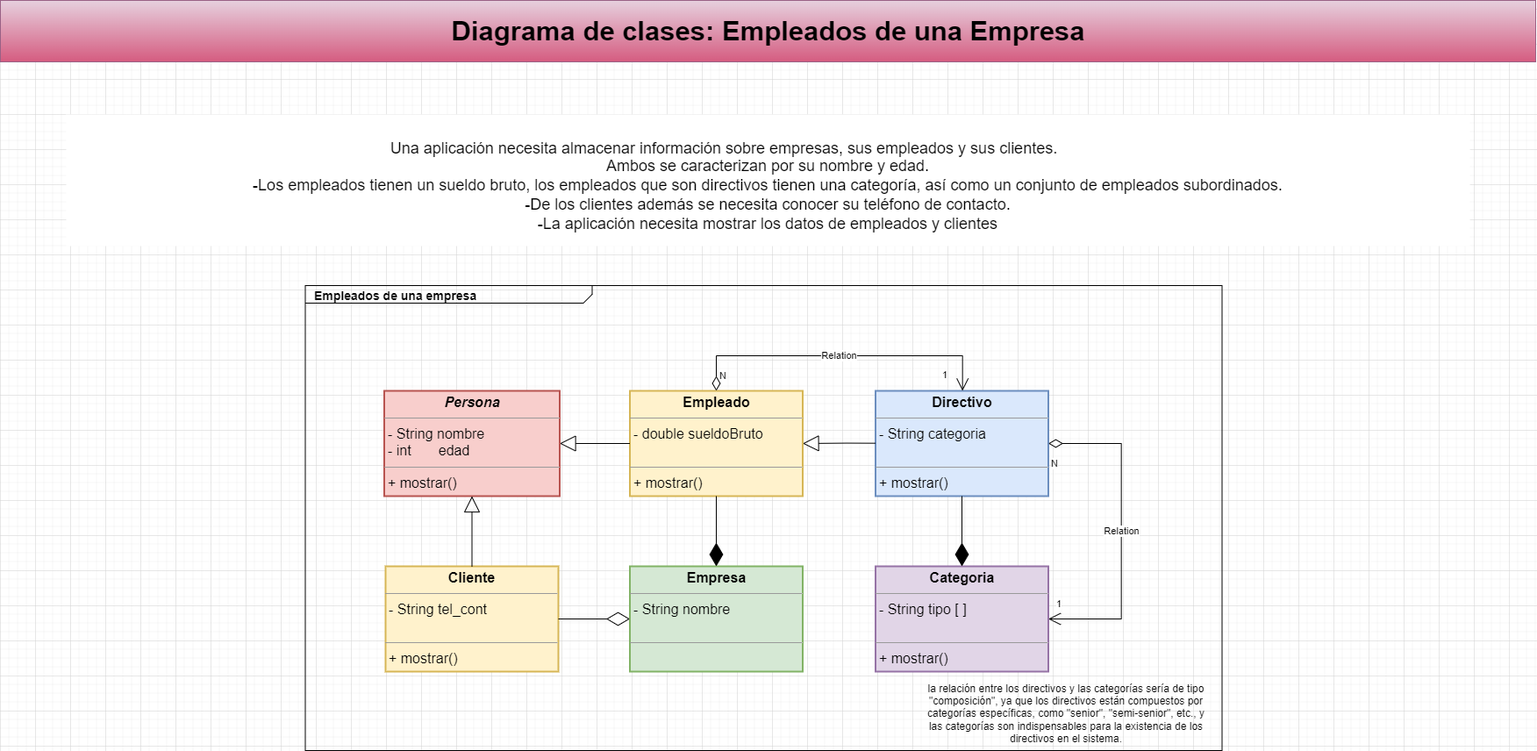
Before: modelos-y-sistemas/lab1.drawio.png, a diagram exported from draw.io (FlorAmado/proy-sis-comp). Source tidied: cells renumbered, new cells last; positions are measured from the earlier drawing's top-left corner, leaving out a move shared by most shapes.
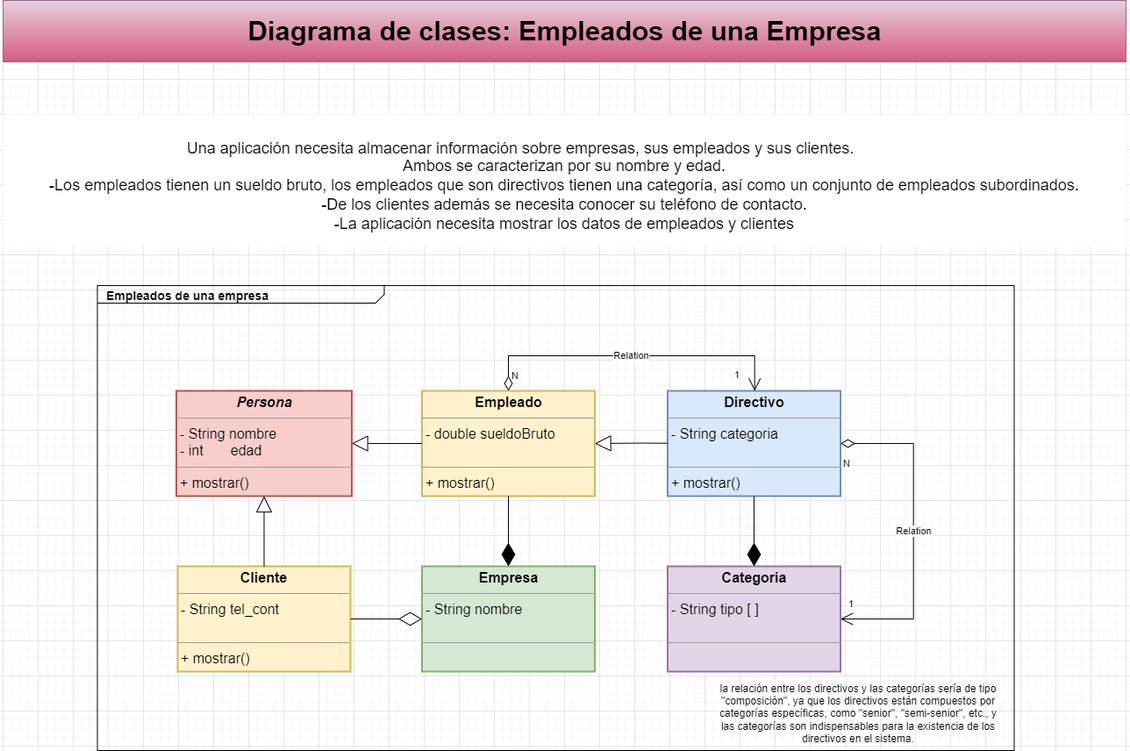
Above is the later version.

Commit message:
add lab 1 diagrama de clases

What changed in the source:
```diff
@@ -6,7 +6,7 @@
       <mxGeometry x="347.5" y="325" width="1045" height="530" as="geometry" />
     </mxCell>
     <mxCell id="3" value="&lt;font style=&quot;font-size: 31px;&quot;&gt;Diagrama de clases: Empleados de una Empresa&lt;/font&gt;" style="text;strokeColor=#996185;fillColor=#e6d0de;html=1;fontSize=24;fontStyle=1;verticalAlign=middle;align=center;gradientColor=#D55C80;" parent="1" vertex="1">
-      <mxGeometry width="1750" height="70" as="geometry" />
+      <mxGeometry x="240" width="1280" height="70" as="geometry" />
     </mxCell>
     <mxCell id="4" value="&lt;p style=&quot;margin: 4px 0px 0px; text-align: center; font-size: 16px;&quot;&gt;&lt;b&gt;&lt;i&gt;Persona&lt;/i&gt;&lt;/b&gt;&lt;/p&gt;&lt;hr style=&quot;font-size: 16px;&quot; size=&quot;1&quot;&gt;&lt;p style=&quot;margin: 0px 0px 0px 4px; font-size: 16px;&quot;&gt;&lt;font style=&quot;font-size: 16px;&quot;&gt;- String nombre&lt;/font&gt;&lt;/p&gt;&lt;p style=&quot;margin: 0px 0px 0px 4px; font-size: 16px;&quot;&gt;&lt;font style=&quot;font-size: 16px;&quot;&gt;- int&amp;nbsp; &amp;nbsp; &amp;nbsp; &amp;nbsp;edad&lt;/font&gt;&lt;/p&gt;&lt;hr style=&quot;font-size: 16px;&quot; size=&quot;1&quot;&gt;&lt;p style=&quot;margin: 0px 0px 0px 4px; font-size: 16px;&quot;&gt;&lt;font style=&quot;font-size: 16px;&quot;&gt;+ mostrar()&lt;/font&gt;&lt;/p&gt;" style="verticalAlign=top;align=left;overflow=fill;fontSize=12;fontFamily=Helvetica;html=1;whiteSpace=wrap;fillColor=#f8cecc;strokeColor=#b85450;strokeWidth=2;glass=0;rounded=0;shadow=0;" parent="1" vertex="1">
       <mxGeometry x="437.5" y="445" width="200" height="120" as="geometry" />
@@ -39,7 +39,7 @@
     <mxCell id="12" value="&lt;p style=&quot;margin: 4px 0px 0px; text-align: center; font-size: 16px;&quot;&gt;&lt;b&gt;Directivo&lt;/b&gt;&lt;/p&gt;&lt;hr style=&quot;font-size: 16px;&quot; size=&quot;1&quot;&gt;&lt;p style=&quot;margin: 0px 0px 0px 4px; font-size: 16px;&quot;&gt;&lt;font style=&quot;font-size: 16px;&quot;&gt;- String categoria&lt;/font&gt;&lt;/p&gt;&lt;p style=&quot;margin: 0px 0px 0px 4px; font-size: 16px;&quot;&gt;&lt;br&gt;&lt;/p&gt;&lt;hr style=&quot;font-size: 16px;&quot; size=&quot;1&quot;&gt;&lt;p style=&quot;margin: 0px 0px 0px 4px; font-size: 16px;&quot;&gt;&lt;font style=&quot;font-size: 16px;&quot;&gt;+ mostrar()&lt;/font&gt;&lt;/p&gt;" style="verticalAlign=top;align=left;overflow=fill;fontSize=12;fontFamily=Helvetica;html=1;whiteSpace=wrap;fillColor=#dae8fc;strokeColor=#6c8ebf;strokeWidth=2;glass=0;rounded=0;shadow=0;" parent="1" vertex="1">
       <mxGeometry x="997.5" y="445" width="197" height="120" as="geometry" />
     </mxCell>
-    <mxCell id="13" value="&lt;p style=&quot;margin: 4px 0px 0px; text-align: center; font-size: 16px;&quot;&gt;&lt;b&gt;Categoria&lt;/b&gt;&lt;/p&gt;&lt;hr style=&quot;font-size: 16px;&quot; size=&quot;1&quot;&gt;&lt;p style=&quot;margin: 0px 0px 0px 4px; font-size: 16px;&quot;&gt;&lt;font style=&quot;font-size: 16px;&quot;&gt;- String tipo [ ]&lt;/font&gt;&lt;/p&gt;&lt;p style=&quot;margin: 0px 0px 0px 4px; font-size: 16px;&quot;&gt;&lt;br&gt;&lt;/p&gt;&lt;hr style=&quot;font-size: 16px;&quot; size=&quot;1&quot;&gt;&lt;p style=&quot;margin: 0px 0px 0px 4px; font-size: 16px;&quot;&gt;&lt;font style=&quot;font-size: 16px;&quot;&gt;+ mostrar()&lt;/font&gt;&lt;/p&gt;" style="verticalAlign=top;align=left;overflow=fill;fontSize=12;fontFamily=Helvetica;html=1;whiteSpace=wrap;fillColor=#e1d5e7;strokeColor=#9673a6;strokeWidth=2;glass=0;rounded=0;shadow=0;" parent="1" vertex="1">
+    <mxCell id="13" value="&lt;p style=&quot;margin: 4px 0px 0px; text-align: center; font-size: 16px;&quot;&gt;&lt;b&gt;Categoria&lt;/b&gt;&lt;/p&gt;&lt;hr style=&quot;font-size: 16px;&quot; size=&quot;1&quot;&gt;&lt;p style=&quot;margin: 0px 0px 0px 4px; font-size: 16px;&quot;&gt;&lt;font style=&quot;font-size: 16px;&quot;&gt;- String tipo [ ]&lt;/font&gt;&lt;/p&gt;&lt;p style=&quot;margin: 0px 0px 0px 4px; font-size: 16px;&quot;&gt;&lt;br&gt;&lt;/p&gt;&lt;hr style=&quot;font-size: 16px;&quot; size=&quot;1&quot;&gt;&lt;p style=&quot;margin: 0px 0px 0px 4px; font-size: 16px;&quot;&gt;&lt;br&gt;&lt;/p&gt;" style="verticalAlign=top;align=left;overflow=fill;fontSize=12;fontFamily=Helvetica;html=1;whiteSpace=wrap;fillColor=#e1d5e7;strokeColor=#9673a6;strokeWidth=2;glass=0;rounded=0;shadow=0;" parent="1" vertex="1">
       <mxGeometry x="997.5" y="645" width="197" height="120" as="geometry" />
     </mxCell>
     <mxCell id="14" style="endArrow=block;endSize=16;endFill=0;html=1;rounded=0;entryX=1;entryY=0.5;entryDx=0;entryDy=0;" parent="1" edge="1" source="12" target="5">
@@ -87,7 +87,7 @@
       </mxGeometry>
     </mxCell>
     <mxCell id="21" value="&lt;br&gt;&lt;div style=&quot;border-color: var(--border-color); color: rgb(0, 0, 0); font-family: Helvetica; font-size: 18px; font-style: normal; font-variant-ligatures: normal; font-variant-caps: normal; font-weight: 400; letter-spacing: normal; orphans: 2; text-indent: 0px; text-transform: none; widows: 2; word-spacing: 0px; -webkit-text-stroke-width: 0px; text-decoration-thickness: initial; text-decoration-style: initial; text-decoration-color: initial; line-height: 15.6px;&quot;&gt;&lt;span style=&quot;border-color: var(--border-color); font-size: 18px;&quot;&gt;Una aplicación necesita almacenar información sobre empresas, sus empleados y sus clientes.&amp;nbsp; &amp;nbsp; &amp;nbsp; &amp;nbsp; &amp;nbsp; &amp;nbsp; &amp;nbsp; &amp;nbsp; &amp;nbsp; &amp;nbsp;&amp;nbsp;&lt;/span&gt;&lt;/div&gt;&lt;font style=&quot;border-color: var(--border-color); color: rgb(0, 0, 0); font-family: Helvetica; font-style: normal; font-variant-ligatures: normal; font-variant-caps: normal; font-weight: 400; letter-spacing: normal; orphans: 2; text-indent: 0px; text-transform: none; widows: 2; word-spacing: 0px; -webkit-text-stroke-width: 0px; text-decoration-thickness: initial; text-decoration-style: initial; text-decoration-color: initial;&quot;&gt;&lt;div style=&quot;font-size: 18px; border-color: var(--border-color); line-height: 22.1px;&quot;&gt;&lt;span style=&quot;border-color: var(--border-color); font-size: 18px;&quot;&gt;Ambos se caracterizan por su nombre y edad.&lt;/span&gt;&lt;/div&gt;&lt;div style=&quot;font-size: 18px; border-color: var(--border-color); line-height: 22.1px;&quot;&gt;&lt;span style=&quot;border-color: var(--border-color); font-size: 18px;&quot;&gt;-Los empleados tienen un sueldo bruto, los empleados que son directivos tienen una categoría, así como un conjunto de empleados subordinados.&lt;/span&gt;&lt;/div&gt;&lt;div style=&quot;font-size: 18px; border-color: var(--border-color); line-height: 22.1px;&quot;&gt;&lt;span style=&quot;border-color: var(--border-color); font-size: 18px;&quot;&gt;-De los clientes además se necesita conocer su teléfono de contacto.&lt;/span&gt;&lt;/div&gt;&lt;div style=&quot;border-color: var(--border-color); line-height: 22.1px;&quot;&gt;&lt;span style=&quot;border-color: var(--border-color);&quot;&gt;&lt;font style=&quot;font-size: 18px;&quot;&gt;-La aplicación necesita mostrar los datos de empleados y clientes&lt;/font&gt;&lt;/span&gt;&lt;/div&gt;&lt;/font&gt;" style="text;html=1;align=center;verticalAlign=middle;whiteSpace=wrap;rounded=0;fillColor=default;strokeColor=none;strokeWidth=7;horizontal=1;fontSize=18;spacingTop=-3;labelBackgroundColor=none;labelBorderColor=none;" parent="1" vertex="1">
-      <mxGeometry x="75" y="130" width="1600" height="150" as="geometry" />
+      <mxGeometry x="240" y="130" width="1280" height="150" as="geometry" />
     </mxCell>
     <mxCell id="22" value="la relación entre los directivos y las categorías sería de tipo &quot;composición&quot;, ya que los directivos están compuestos por categorías específicas, como &quot;senior&quot;, &quot;semi-senior&quot;, etc., y las categorías son indispensables para la existencia de los directivos en el sistema." style="text;html=1;strokeColor=none;fillColor=none;align=center;verticalAlign=middle;whiteSpace=wrap;rounded=0;" parent="1" vertex="1">
       <mxGeometry x="1050" y="770" width="330" height="85" as="geometry" />
```
